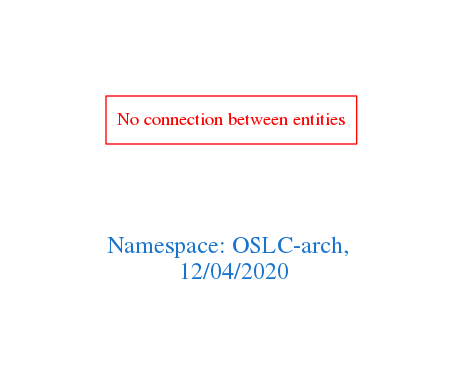
This is downloads/OSLC-arch.png from arago/OGIT, a Graphviz export, as it was before one commit. Its source is kept beside it as downloads/OSLC-arch.dot.
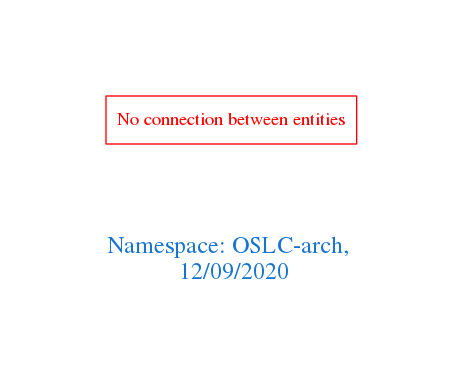
After the commit.

The edit, as a diff of the source:
```diff
@@ -1,7 +1,7 @@
 digraph OGIT_ontology {
  graph [ rankdir= LR,pad=1
 fontsize = 18,
-fontcolor= dodgerblue3,label = "\n\n\nNamespace: OSLC-arch, \n 12/04/2020"];
+fontcolor= dodgerblue3,label = "\n\n\nNamespace: OSLC-arch, \n 12/09/2020"];
 node[shape=polygon];
 edge [  color="gray81"];
 
```
